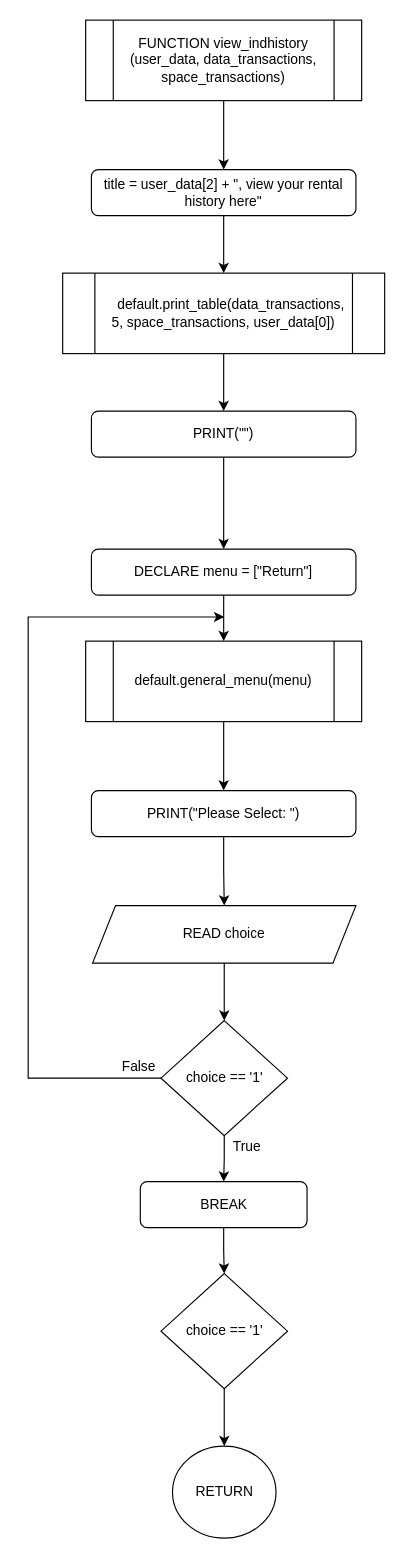
Before: Flowchart/clients/view_indhistory.drawio in RabbitBear00/Car-Rental-System, a draw.io diagram. Source tidied: cells renumbered, new cells numbered last; positions are measured from the earlier drawing's top-left corner, leaving out a move shared by most shapes. Both pictures are drawn from the tidied source at 115%, with x=0, y=0 at pixel (28, 20).
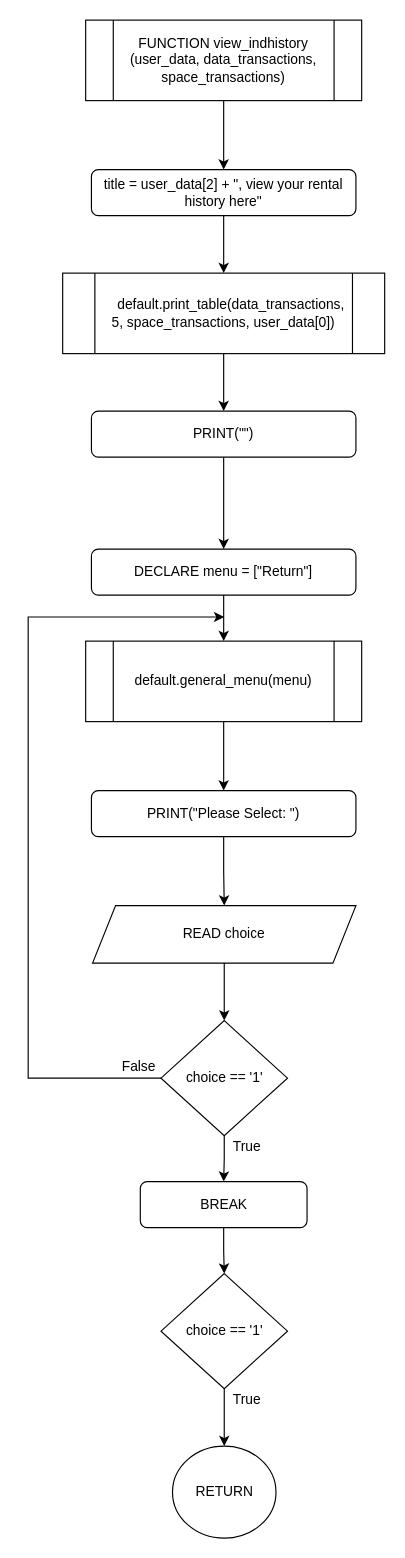
After the change.

What changed in the source:
```diff
@@
+    <mxCell id="28" value="True" style="text;html=1;align=center;verticalAlign=middle;strokeColor=none;" parent="1" vertex="1">
+      <mxGeometry x="170" y="1190" width="40" height="20" as="geometry" />
+    </mxCell>
```
